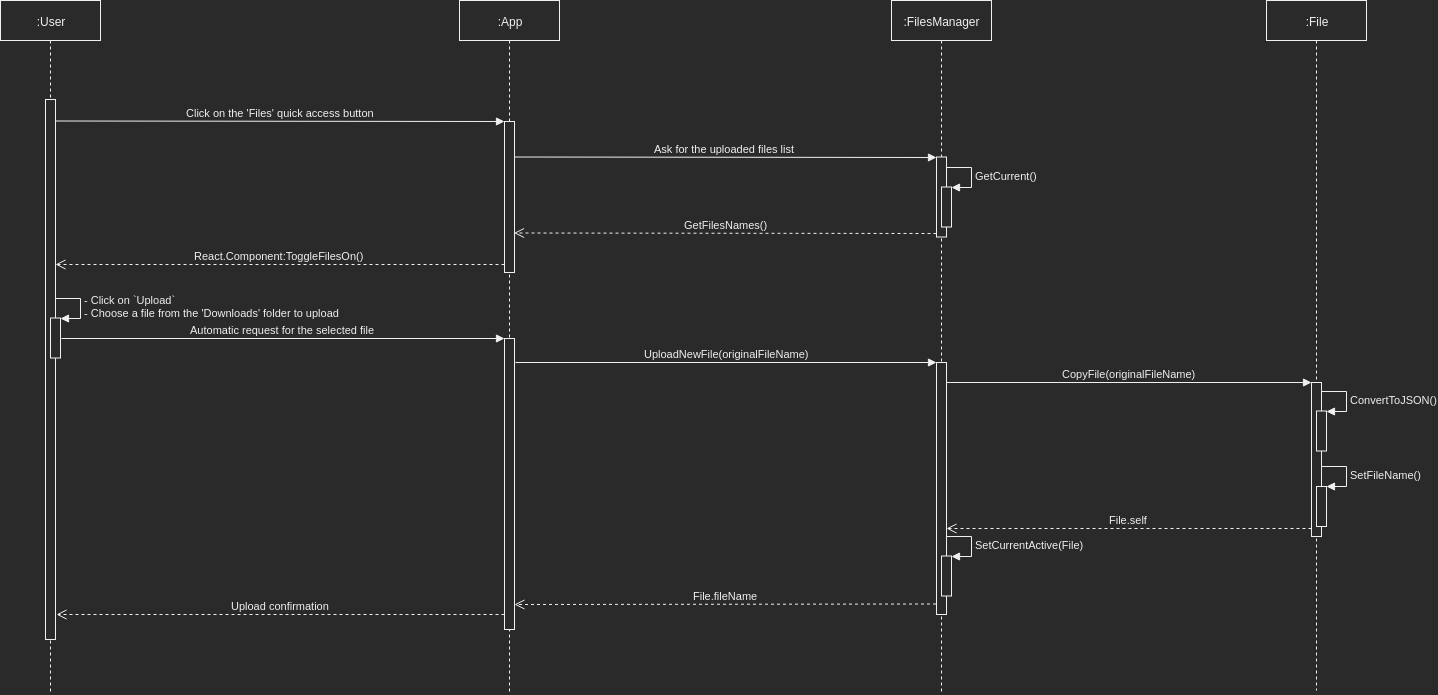
Earlier version of the draw.io export doc/UML/UML-File_upload_sequence_diagram.png (JulienDERONGS/MOB3). Source tidied: cells renumbered, new cells last; positions are measured from the earlier drawing's top-left corner, leaving out a move shared by most shapes.
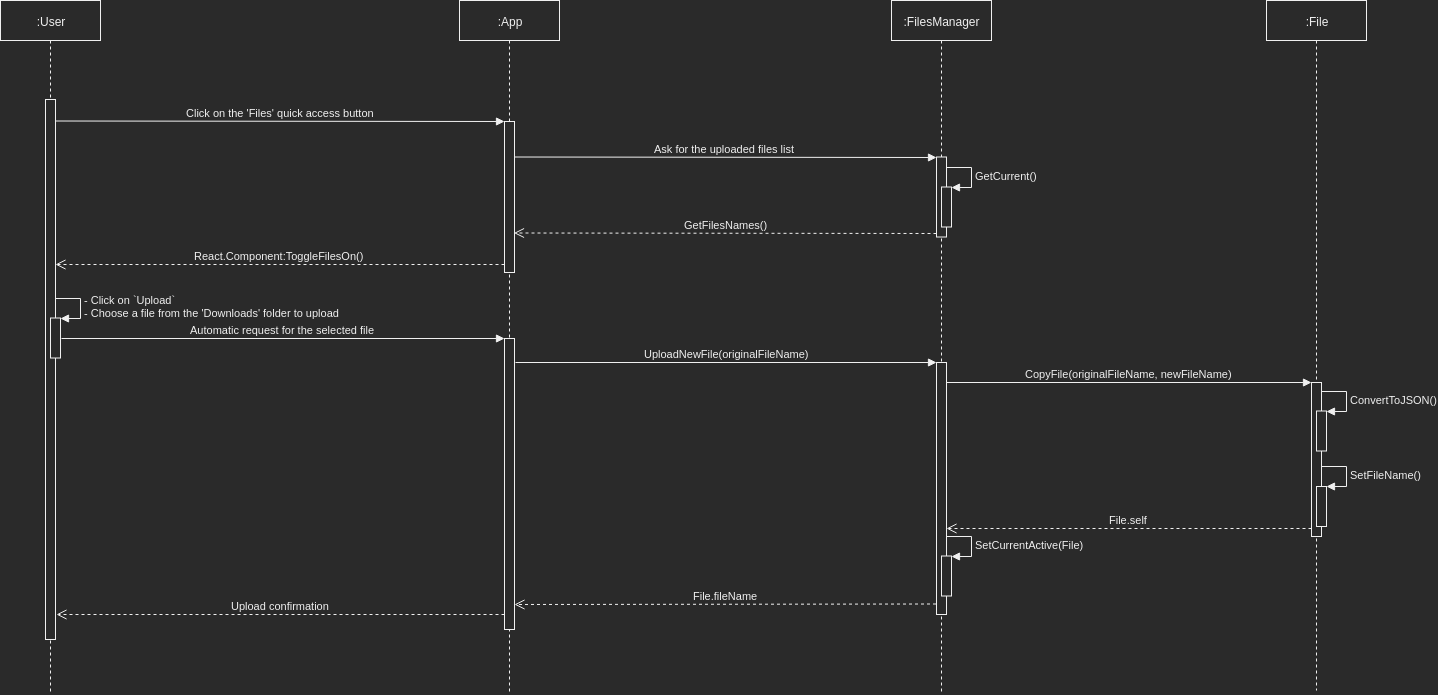
After the change.

Commit message:
Modified UMLs: Classes diagram & Sequence diagram.

The edit, as a diff of the source:
```diff
@@ -120,7 +120,7 @@
         <mxPoint x="515" y="362" as="sourcePoint" />
       </mxGeometry>
     </mxCell>
-    <mxCell id="29" value="CopyFile(originalFileName)" style="html=1;verticalAlign=bottom;endArrow=block;entryX=0;entryY=0;" parent="1" edge="1" target="23">
+    <mxCell id="29" value="CopyFile(originalFileName, newFileName)" style="html=1;verticalAlign=bottom;endArrow=block;entryX=0;entryY=0;" parent="1" edge="1" target="23">
       <mxGeometry relative="1" as="geometry">
         <mxPoint x="945.5" y="382" as="sourcePoint" />
       </mxGeometry>
```
